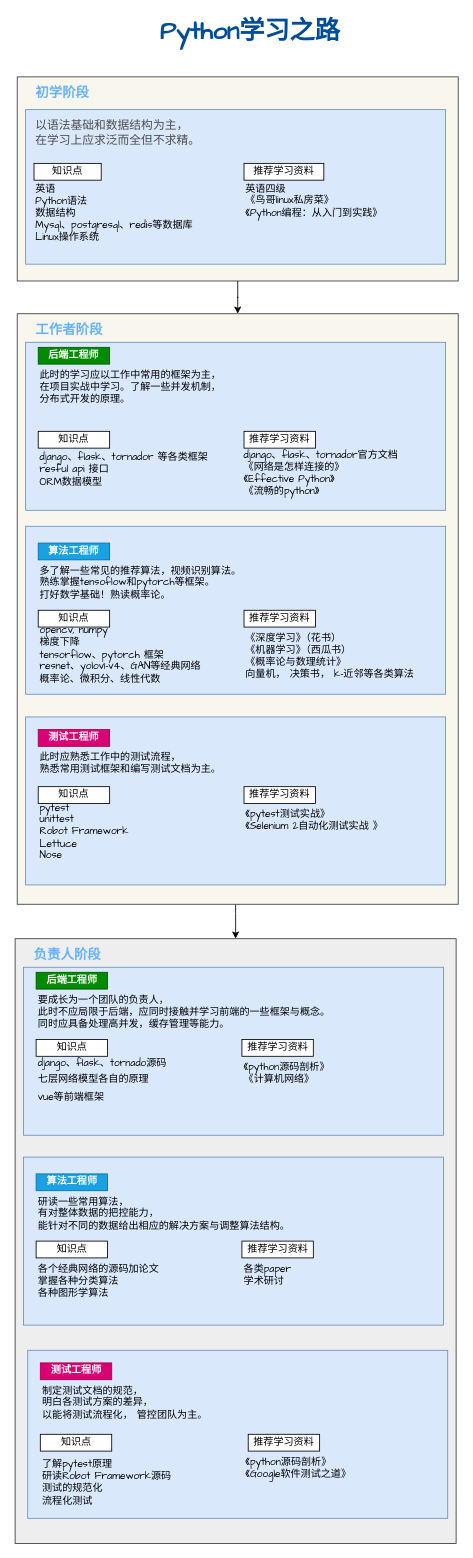
lalawila/chaorencode keeps this draw.io diagram as Untitled Diagram.drawio. Above is the earlier version. Source tidied: cells renumbered, new cells numbered last; positions are measured from the earlier drawing's top-left corner, leaving out a move shared by most shapes. Both pictures are drawn from the tidied source at 84%, with x=0, y=0 at pixel (15, 23).
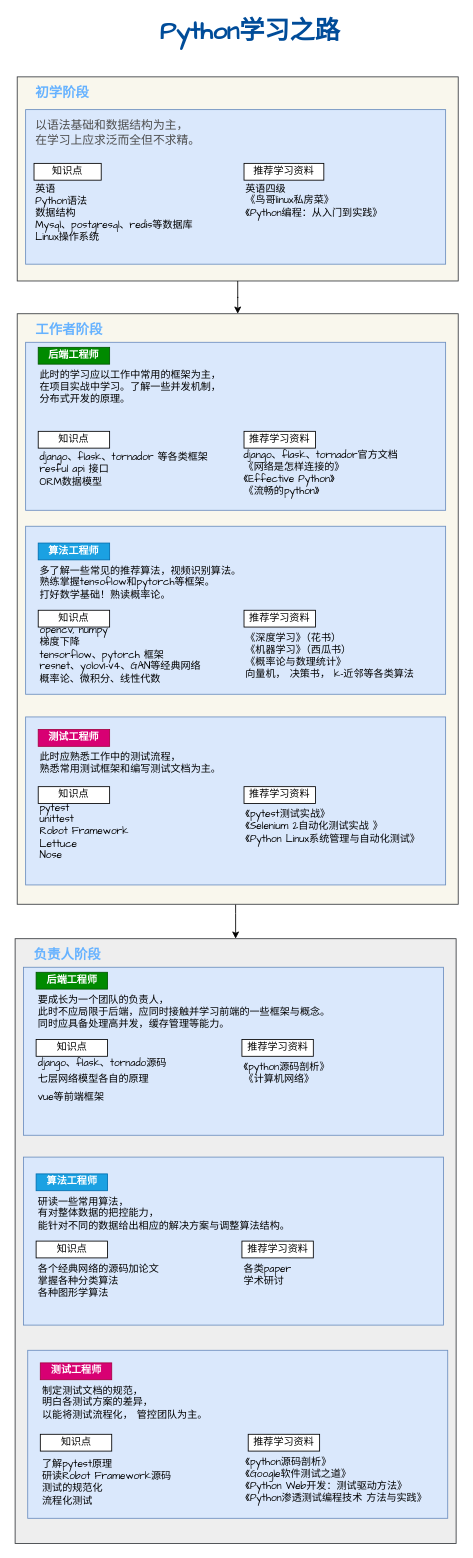
The same diagram, later.

The edit, as a diff of the source:
```diff
@@
-    <mxCell id="35" value="&lt;div&gt;《pytest测试实战》&lt;/div&gt;&lt;div&gt;《Selenium 2自动化测试实战 》&lt;br&gt;&lt;/div&gt;" style="text;strokeColor=none;fillColor=none;align=left;verticalAlign=top;whiteSpace=wrap;rounded=0;&#10;lineHeight=20px;labelBorderColor=none;html=1;fontFamily=Comic Sans MS;" parent="1" vertex="1">
+    <mxCell id="35" value="&lt;div&gt;《pytest测试实战》&lt;/div&gt;&lt;div&gt;《Selenium 2自动化测试实战 》&lt;br&gt;&lt;/div&gt;&lt;div&gt;《Python Linux系统管理与自动化测试》&lt;br&gt;&lt;/div&gt;" style="text;strokeColor=none;fillColor=none;align=left;verticalAlign=top;whiteSpace=wrap;rounded=0;&#10;lineHeight=20px;labelBorderColor=none;html=1;fontFamily=Comic Sans MS;" parent="1" vertex="1">
       <mxGeometry x="272" y="929" width="235" height="50" as="geometry" />
     </mxCell>
@@
-    <mxCell id="58" value="&lt;div&gt;《python源码剖析》&lt;/div&gt;&lt;div&gt;《Google软件测试之道》&lt;br&gt;&lt;/div&gt;" style="text;strokeColor=none;fillColor=none;align=left;verticalAlign=top;whiteSpace=wrap;rounded=0;&#10;lineHeight=20px;labelBorderColor=none;html=1;fontFamily=Comic Sans MS;" parent="1" vertex="1">
+    <mxCell id="58" value="&lt;div&gt;《python源码剖析》&lt;/div&gt;&lt;div&gt;《Google软件测试之道》&lt;br&gt;&lt;/div&gt;&lt;div&gt;《Python Web开发：测试驱动方法》&lt;/div&gt;&lt;div&gt;《Python渗透测试编程技术 方法与实践》&lt;br&gt;&lt;/div&gt;" style="text;strokeColor=none;fillColor=none;align=left;verticalAlign=top;whiteSpace=wrap;rounded=0;&#10;lineHeight=20px;labelBorderColor=none;html=1;fontFamily=Comic Sans MS;" parent="1" vertex="1">
       <mxGeometry x="272" y="1700" width="235" height="50" as="geometry" />
     </mxCell>
```
